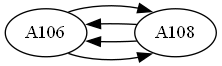
The Graphviz diagram cmake-build-debug/grafica_LC_Mantenimiento.png in Samashoas/202109705_Proyecto_EDD, before a commit. Its source is kept beside it as cmake-build-debug/grafica_LC_Mantenimiento.dot. Its diagram source:
```dot
digraph G { rankdir=LR; node [shape=oval];
node0 [label="A106"];
node1 [label="A108"];
node0 -> node1;
node1 -> node0;
node1 -> node0;
node0 -> node1;
 }
```
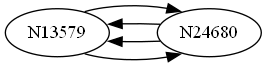
After the commit.

What changed in the source:
```diff
@@ -1,6 +1,6 @@
 digraph G { rankdir=LR; node [shape=oval];
-node0 [label="A106"];
-node1 [label="A108"];
+node0 [label="N13579"];
+node1 [label="N24680"];
 node0 -> node1;
 node1 -> node0;
 node1 -> node0;
```
